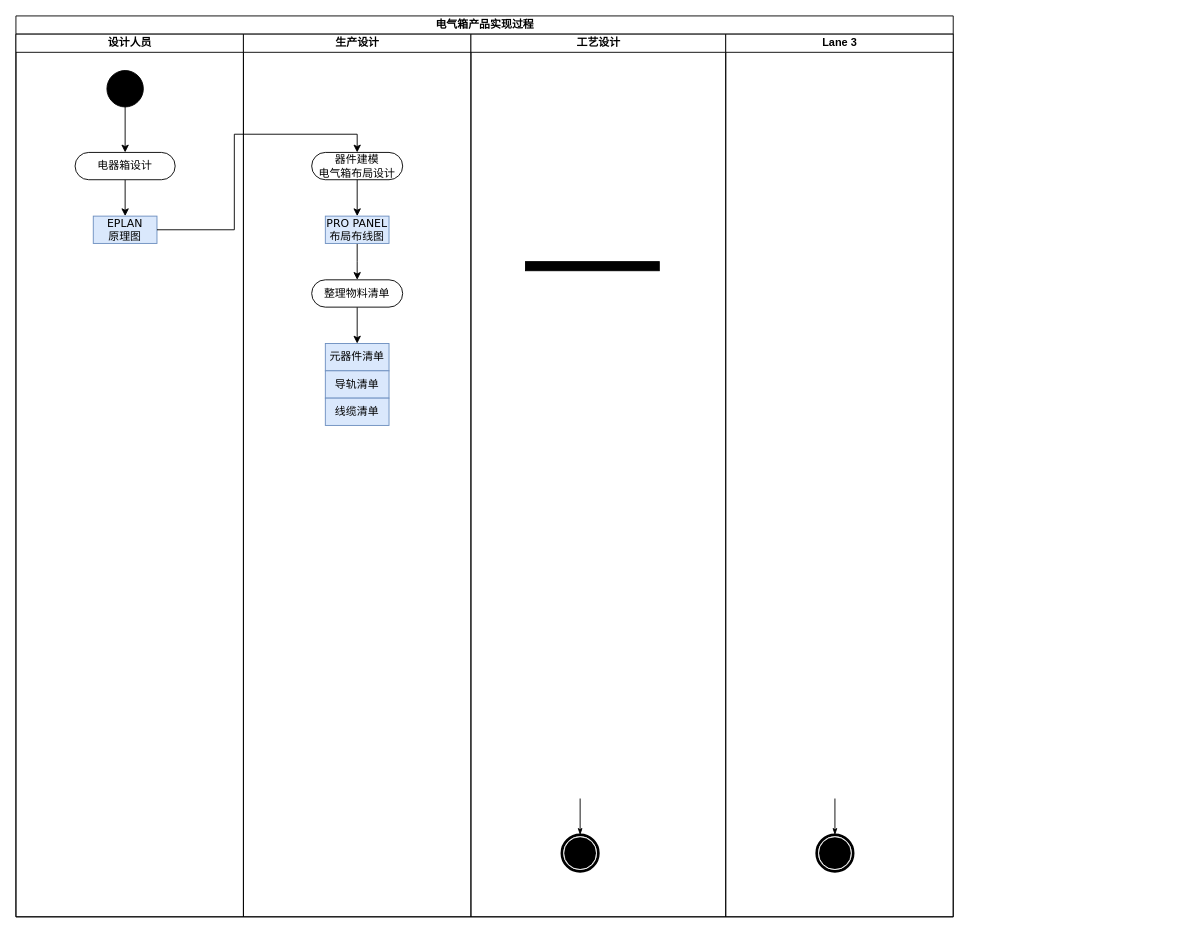
csroderek/drawio keeps this draw.io diagram as 未命名绘图.drawio. Above is the earlier version. Source tidied: cells renumbered, new cells numbered last; positions are measured from the earlier drawing's top-left corner, leaving out a move shared by most shapes. Both pictures are drawn from the tidied source at 91%, with x=0, y=0 at pixel (15, 15).
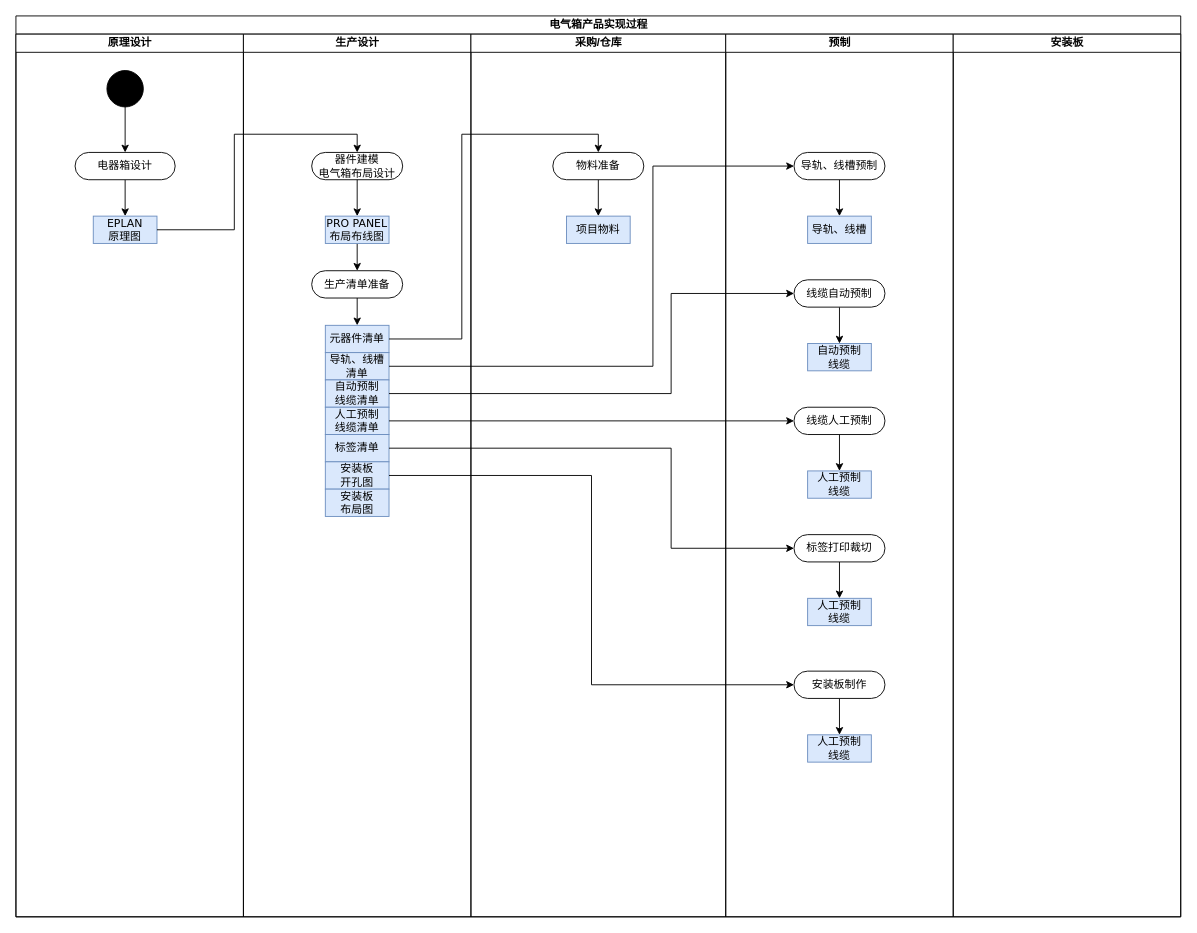
After the change.

Commit message:
更新未命名绘图.drawio

The change refers to these unchanged cells:
```xml
<mxCell id="9" value="生产设计" style="swimlane;html=1;startSize=20;" parent="2" vertex="1">
  <mxGeometry x="250" y="20" width="250" height="970" as="geometry" />
</mxCell>
<mxCell id="17" value="PRO PANEL&lt;br&gt;布局布线图" style="rounded=0;whiteSpace=wrap;html=1;shadow=0;comic=0;labelBackgroundColor=none;strokeWidth=1;fontFamily=Verdana;fontSize=12;align=center;arcSize=50;fillColor=#dae8fc;strokeColor=#6c8ebf;" parent="9" vertex="1">
  <mxGeometry x="90" y="200" width="70" height="30" as="geometry" />
</mxCell>
```

Diff of the diagram source:
```diff
@@
     <mxCell id="2" value="电气箱产品实现过程" style="swimlane;html=1;startSize=20;rounded=0;shadow=0;comic=0;labelBackgroundColor=none;strokeWidth=1;fontFamily=Verdana;fontSize=12;align=center;" parent="1" vertex="1">
-      <mxGeometry width="1030" height="990" as="geometry" />
+      <mxGeometry width="1280" height="990" as="geometry" />
     </mxCell>
-    <mxCell id="3" value="设计人员" style="swimlane;html=1;startSize=20;" parent="2" vertex="1">
+    <mxCell id="3" value="原理设计" style="swimlane;html=1;startSize=20;" parent="2" vertex="1">
       <mxGeometry y="20" width="250" height="970" as="geometry" />
     </mxCell>
@@
     <mxCell id="10" value="元器件清单" style="rounded=0;whiteSpace=wrap;html=1;shadow=0;comic=0;labelBackgroundColor=none;strokeWidth=1;fontFamily=Verdana;fontSize=12;align=center;arcSize=50;fillColor=#dae8fc;strokeColor=#6c8ebf;" parent="9" vertex="1">
-      <mxGeometry x="90" y="340" width="70" height="30" as="geometry" />
+      <mxGeometry x="90" y="320" width="70" height="30" as="geometry" />
     </mxCell>
-    <mxCell id="11" style="edgeStyle=orthogonalEdgeStyle;rounded=0;jettySize=auto;html=1;exitX=0.5;exitY=1;exitDx=0;exitDy=0;" parent="9" edge="1" source="12" target="10">
+    <mxCell id="11" style="edgeStyle=orthogonalEdgeStyle;rounded=0;jettySize=auto;html=1;exitX=0.5;exitY=1;exitDx=0;exitDy=0;entryX=0.5;entryY=0;entryDx=0;entryDy=0;" parent="9" edge="1" source="12" target="10">
       <mxGeometry relative="1" as="geometry" />
     </mxCell>
-    <mxCell id="12" value="整理物料清单" style="rounded=1;whiteSpace=wrap;html=1;shadow=0;comic=0;labelBackgroundColor=none;strokeWidth=1;fontFamily=Verdana;fontSize=12;align=center;arcSize=50;" parent="9" vertex="1">
-      <mxGeometry x="75" y="270" width="100" height="30" as="geometry" />
+    <mxCell id="12" value="生产清单准备" style="rounded=1;whiteSpace=wrap;html=1;shadow=0;comic=0;labelBackgroundColor=none;strokeWidth=1;fontFamily=Verdana;fontSize=12;align=center;arcSize=50;" parent="9" vertex="1">
+      <mxGeometry x="75" y="260" width="100" height="30" as="geometry" />
     </mxCell>
-    <mxCell id="13" value="导轨清单" style="rounded=0;whiteSpace=wrap;html=1;shadow=0;comic=0;labelBackgroundColor=none;strokeWidth=1;fontFamily=Verdana;fontSize=12;align=center;arcSize=50;fillColor=#dae8fc;strokeColor=#6c8ebf;" parent="9" vertex="1">
-      <mxGeometry x="90" y="370" width="70" height="30" as="geometry" />
+    <mxCell id="13" value="导轨、线槽清单" style="rounded=0;whiteSpace=wrap;html=1;shadow=0;comic=0;labelBackgroundColor=none;strokeWidth=1;fontFamily=Verdana;fontSize=12;align=center;arcSize=50;fillColor=#dae8fc;strokeColor=#6c8ebf;" parent="9" vertex="1">
+      <mxGeometry x="90" y="350" width="70" height="30" as="geometry" />
     </mxCell>
-    <mxCell id="14" value="线缆清单" style="rounded=0;whiteSpace=wrap;html=1;shadow=0;comic=0;labelBackgroundColor=none;strokeWidth=1;fontFamily=Verdana;fontSize=12;align=center;arcSize=50;fillColor=#dae8fc;strokeColor=#6c8ebf;" parent="9" vertex="1">
-      <mxGeometry x="90" y="400" width="70" height="30" as="geometry" />
+    <mxCell id="14" value="自动预制&lt;br&gt;线缆清单" style="rounded=0;whiteSpace=wrap;html=1;shadow=0;comic=0;labelBackgroundColor=none;strokeWidth=1;fontFamily=Verdana;fontSize=12;align=center;arcSize=50;fillColor=#dae8fc;strokeColor=#6c8ebf;" parent="9" vertex="1">
+      <mxGeometry x="90" y="380" width="70" height="30" as="geometry" />
     </mxCell>
@@
-    <mxCell id="16" style="edgeStyle=orthogonalEdgeStyle;rounded=0;jettySize=auto;html=1;exitX=0.5;exitY=1;exitDx=0;exitDy=0;entryX=0.5;entryY=0;entryDx=0;entryDy=0;" parent="9" edge="1" source="17">
-      <mxGeometry relative="1" as="geometry">
-        <mxPoint x="125" y="270" as="targetPoint" />
-      </mxGeometry>
-    </mxCell>
+    <mxCell id="27" style="edgeStyle=orthogonalEdgeStyle;rounded=0;jettySize=auto;html=1;exitX=0.5;exitY=1;exitDx=0;exitDy=0;entryX=0.5;entryY=0;entryDx=0;entryDy=0;" parent="9" edge="1" source="17">
+      <mxGeometry relative="1" as="geometry">
+        <mxPoint x="125" y="260" as="targetPoint" />
+      </mxGeometry>
+    </mxCell>
@@
+    <mxCell id="28" value="人工预制&lt;br style=&quot;border-color: var(--border-color);&quot;&gt;线缆清单" style="rounded=0;whiteSpace=wrap;html=1;shadow=0;comic=0;labelBackgroundColor=none;strokeWidth=1;fontFamily=Verdana;fontSize=12;align=center;arcSize=50;fillColor=#dae8fc;strokeColor=#6c8ebf;" parent="9" vertex="1">
+      <mxGeometry x="90" y="410" width="70" height="30" as="geometry" />
+    </mxCell>
+    <mxCell id="29" value="标签清单" style="rounded=0;whiteSpace=wrap;html=1;shadow=0;comic=0;labelBackgroundColor=none;strokeWidth=1;fontFamily=Verdana;fontSize=12;align=center;arcSize=50;fillColor=#dae8fc;strokeColor=#6c8ebf;" parent="9" vertex="1">
+      <mxGeometry x="90" y="440" width="70" height="30" as="geometry" />
+    </mxCell>
+    <mxCell id="30" value="安装板&lt;br&gt;开孔图" style="rounded=0;whiteSpace=wrap;html=1;shadow=0;comic=0;labelBackgroundColor=none;strokeWidth=1;fontFamily=Verdana;fontSize=12;align=center;arcSize=50;fillColor=#dae8fc;strokeColor=#6c8ebf;" parent="9" vertex="1">
+      <mxGeometry x="90" y="470" width="70" height="30" as="geometry" />
+    </mxCell>
+    <mxCell id="31" value="安装板&lt;br&gt;布局图" style="rounded=0;whiteSpace=wrap;html=1;shadow=0;comic=0;labelBackgroundColor=none;strokeWidth=1;fontFamily=Verdana;fontSize=12;align=center;arcSize=50;fillColor=#dae8fc;strokeColor=#6c8ebf;" parent="9" vertex="1">
+      <mxGeometry x="90" y="500" width="70" height="30" as="geometry" />
+    </mxCell>
-    <mxCell id="19" value="工艺设计" style="swimlane;html=1;startSize=20;" parent="2" vertex="1">
+    <mxCell id="19" value="采购/仓库" style="swimlane;html=1;startSize=20;" parent="2" vertex="1">
       <mxGeometry x="500" y="20" width="280" height="970" as="geometry" />
     </mxCell>
-    <mxCell id="20" style="edgeStyle=none;rounded=0;html=1;labelBackgroundColor=none;startArrow=none;startFill=0;startSize=5;endArrow=classicThin;endFill=1;endSize=5;jettySize=auto;strokeWidth=1;fontFamily=Verdana;fontSize=12;" parent="19" edge="1" target="21">
-      <mxGeometry relative="1" as="geometry">
-        <mxPoint x="120" y="840" as="sourcePoint" />
-      </mxGeometry>
-    </mxCell>
-    <mxCell id="21" style="shape=mxgraph.bpmn.shape;html=1;verticalLabelPosition=bottom;labelBackgroundColor=#ffffff;verticalAlign=top;perimeter=ellipsePerimeter;outline=end;symbol=terminate;rounded=0;shadow=0;comic=0;strokeWidth=1;fontFamily=Verdana;fontSize=12;align=center;" parent="19" vertex="1">
-      <mxGeometry x="100" y="880" width="40" height="40" as="geometry" />
-    </mxCell>
-    <mxCell id="22" style="whiteSpace=wrap;html=1;rounded=0;shadow=0;comic=0;labelBackgroundColor=none;strokeWidth=1;fillColor=#000000;fontFamily=Verdana;fontSize=12;align=center;rotation=0;" parent="19" vertex="1">
-      <mxGeometry x="60" y="250" width="147" height="10" as="geometry" />
-    </mxCell>
+    <mxCell id="32" style="edgeStyle=orthogonalEdgeStyle;rounded=0;jettySize=auto;html=1;exitX=0.5;exitY=1;exitDx=0;exitDy=0;entryX=0.5;entryY=0;entryDx=0;entryDy=0;" parent="19" edge="1" source="33" target="34">
+      <mxGeometry relative="1" as="geometry" />
+    </mxCell>
+    <mxCell id="33" value="物料准备" style="rounded=1;whiteSpace=wrap;html=1;shadow=0;comic=0;labelBackgroundColor=none;strokeWidth=1;fontFamily=Verdana;fontSize=12;align=center;arcSize=50;" parent="19" vertex="1">
+      <mxGeometry x="90" y="130" width="100" height="30" as="geometry" />
+    </mxCell>
+    <mxCell id="34" value="项目物料" style="rounded=0;whiteSpace=wrap;html=1;shadow=0;comic=0;labelBackgroundColor=none;strokeWidth=1;fontFamily=Verdana;fontSize=12;align=center;arcSize=50;fillColor=#dae8fc;strokeColor=#6c8ebf;" parent="19" vertex="1">
+      <mxGeometry x="105" y="200" width="70" height="30" as="geometry" />
+    </mxCell>
-    <mxCell id="23" value="Lane 3" style="swimlane;html=1;startSize=20;" parent="2" vertex="1">
+    <mxCell id="23" value="预制" style="swimlane;html=1;startSize=20;" parent="2" vertex="1">
       <mxGeometry x="780" y="20" width="250" height="970" as="geometry" />
     </mxCell>
-    <mxCell id="24" style="edgeStyle=none;rounded=0;html=1;labelBackgroundColor=none;startArrow=none;startFill=0;startSize=5;endArrow=classicThin;endFill=1;endSize=5;jettySize=auto;strokeWidth=1;fontFamily=Verdana;fontSize=12;" parent="23" edge="1" target="25">
-      <mxGeometry relative="1" as="geometry">
-        <mxPoint x="120" y="840" as="sourcePoint" />
-      </mxGeometry>
-    </mxCell>
-    <mxCell id="25" style="shape=mxgraph.bpmn.shape;html=1;verticalLabelPosition=bottom;labelBackgroundColor=#ffffff;verticalAlign=top;perimeter=ellipsePerimeter;outline=end;symbol=terminate;rounded=0;shadow=0;comic=0;strokeWidth=1;fontFamily=Verdana;fontSize=12;align=center;" parent="23" vertex="1">
-      <mxGeometry x="100" y="880" width="40" height="40" as="geometry" />
-    </mxCell>
+    <mxCell id="35" style="edgeStyle=orthogonalEdgeStyle;rounded=0;jettySize=auto;html=1;exitX=0.5;exitY=1;exitDx=0;exitDy=0;" parent="23" edge="1" source="36" target="37">
+      <mxGeometry relative="1" as="geometry" />
+    </mxCell>
+    <mxCell id="36" value="导轨、线槽预制" style="rounded=1;whiteSpace=wrap;html=1;shadow=0;comic=0;labelBackgroundColor=none;strokeWidth=1;fontFamily=Verdana;fontSize=12;align=center;arcSize=50;" parent="23" vertex="1">
+      <mxGeometry x="75" y="130" width="100" height="30" as="geometry" />
+    </mxCell>
+    <mxCell id="37" value="导轨、线槽" style="rounded=0;whiteSpace=wrap;html=1;shadow=0;comic=0;labelBackgroundColor=none;strokeWidth=1;fontFamily=Verdana;fontSize=12;align=center;arcSize=50;fillColor=#dae8fc;strokeColor=#6c8ebf;" parent="23" vertex="1">
+      <mxGeometry x="90" y="200" width="70" height="30" as="geometry" />
+    </mxCell>
+    <mxCell id="38" style="edgeStyle=orthogonalEdgeStyle;rounded=0;jettySize=auto;html=1;exitX=0.5;exitY=1;exitDx=0;exitDy=0;" parent="23" edge="1" source="39" target="40">
+      <mxGeometry relative="1" as="geometry" />
+    </mxCell>
+    <mxCell id="39" value="线缆自动预制" style="rounded=1;whiteSpace=wrap;html=1;shadow=0;comic=0;labelBackgroundColor=none;strokeWidth=1;fontFamily=Verdana;fontSize=12;align=center;arcSize=50;" parent="23" vertex="1">
+      <mxGeometry x="75" y="270" width="100" height="30" as="geometry" />
+    </mxCell>
+    <mxCell id="40" value="自动预制&lt;br&gt;线缆" style="rounded=0;whiteSpace=wrap;html=1;shadow=0;comic=0;labelBackgroundColor=none;strokeWidth=1;fontFamily=Verdana;fontSize=12;align=center;arcSize=50;fillColor=#dae8fc;strokeColor=#6c8ebf;" parent="23" vertex="1">
+      <mxGeometry x="90" y="340" width="70" height="30" as="geometry" />
+    </mxCell>
+    <mxCell id="41" style="edgeStyle=orthogonalEdgeStyle;rounded=0;jettySize=auto;html=1;exitX=0.5;exitY=1;exitDx=0;exitDy=0;entryX=0.5;entryY=0;entryDx=0;entryDy=0;" parent="23" edge="1" source="42" target="43">
+      <mxGeometry relative="1" as="geometry" />
+    </mxCell>
+    <mxCell id="42" value="线缆人工预制" style="rounded=1;whiteSpace=wrap;html=1;shadow=0;comic=0;labelBackgroundColor=none;strokeWidth=1;fontFamily=Verdana;fontSize=12;align=center;arcSize=50;" parent="23" vertex="1">
+      <mxGeometry x="75" y="410" width="100" height="30" as="geometry" />
+    </mxCell>
+    <mxCell id="43" value="人工预制&lt;br&gt;线缆" style="rounded=0;whiteSpace=wrap;html=1;shadow=0;comic=0;labelBackgroundColor=none;strokeWidth=1;fontFamily=Verdana;fontSize=12;align=center;arcSize=50;fillColor=#dae8fc;strokeColor=#6c8ebf;" parent="23" vertex="1">
+      <mxGeometry x="90" y="480" width="70" height="30" as="geometry" />
+    </mxCell>
+    <mxCell id="44" style="edgeStyle=orthogonalEdgeStyle;rounded=0;jettySize=auto;html=1;exitX=0.5;exitY=1;exitDx=0;exitDy=0;" parent="23" edge="1" source="45" target="46">
+      <mxGeometry relative="1" as="geometry" />
+    </mxCell>
+    <mxCell id="45" value="标签打印裁切" style="rounded=1;whiteSpace=wrap;html=1;shadow=0;comic=0;labelBackgroundColor=none;strokeWidth=1;fontFamily=Verdana;fontSize=12;align=center;arcSize=50;" parent="23" vertex="1">
+      <mxGeometry x="75" y="550" width="100" height="30" as="geometry" />
+    </mxCell>
+    <mxCell id="46" value="人工预制&lt;br&gt;线缆" style="rounded=0;whiteSpace=wrap;html=1;shadow=0;comic=0;labelBackgroundColor=none;strokeWidth=1;fontFamily=Verdana;fontSize=12;align=center;arcSize=50;fillColor=#dae8fc;strokeColor=#6c8ebf;" parent="23" vertex="1">
+      <mxGeometry x="90" y="620" width="70" height="30" as="geometry" />
+    </mxCell>
+    <mxCell id="47" style="edgeStyle=orthogonalEdgeStyle;rounded=0;jettySize=auto;html=1;exitX=0.5;exitY=1;exitDx=0;exitDy=0;" parent="23" edge="1" source="48" target="49">
+      <mxGeometry relative="1" as="geometry" />
+    </mxCell>
+    <mxCell id="48" value="安装板制作" style="rounded=1;whiteSpace=wrap;html=1;shadow=0;comic=0;labelBackgroundColor=none;strokeWidth=1;fontFamily=Verdana;fontSize=12;align=center;arcSize=50;" parent="23" vertex="1">
+      <mxGeometry x="75" y="700" width="100" height="30" as="geometry" />
+    </mxCell>
+    <mxCell id="49" value="人工预制&lt;br&gt;线缆" style="rounded=0;whiteSpace=wrap;html=1;shadow=0;comic=0;labelBackgroundColor=none;strokeWidth=1;fontFamily=Verdana;fontSize=12;align=center;arcSize=50;fillColor=#dae8fc;strokeColor=#6c8ebf;" parent="23" vertex="1">
+      <mxGeometry x="90" y="770" width="70" height="30" as="geometry" />
+    </mxCell>
+    <mxCell id="50" value="安装板" style="swimlane;html=1;startSize=20;" parent="2" vertex="1">
+      <mxGeometry x="1030" y="20" width="250" height="970" as="geometry" />
+    </mxCell>
@@
+    <mxCell id="51" style="edgeStyle=orthogonalEdgeStyle;rounded=0;jettySize=auto;html=1;exitX=1;exitY=0.5;exitDx=0;exitDy=0;entryX=0.5;entryY=0;entryDx=0;entryDy=0;" parent="2" edge="1" source="10" target="33">
+      <mxGeometry relative="1" as="geometry">
+        <Array as="points">
+          <mxPoint x="490" y="355" />
+          <mxPoint x="490" y="130" />
+          <mxPoint x="640" y="130" />
+        </Array>
+      </mxGeometry>
+    </mxCell>
+    <mxCell id="52" style="edgeStyle=orthogonalEdgeStyle;rounded=0;jettySize=auto;html=1;exitX=1;exitY=0.5;exitDx=0;exitDy=0;entryX=0;entryY=0.5;entryDx=0;entryDy=0;" parent="2" edge="1" source="13" target="36">
+      <mxGeometry relative="1" as="geometry">
+        <Array as="points">
+          <mxPoint x="700" y="385" />
+          <mxPoint x="700" y="165" />
+        </Array>
+      </mxGeometry>
+    </mxCell>
+    <mxCell id="53" style="edgeStyle=orthogonalEdgeStyle;rounded=0;jettySize=auto;html=1;exitX=1;exitY=0.5;exitDx=0;exitDy=0;entryX=0;entryY=0.5;entryDx=0;entryDy=0;" parent="2" edge="1" source="14" target="39">
+      <mxGeometry relative="1" as="geometry">
+        <Array as="points">
+          <mxPoint x="720" y="415" />
+          <mxPoint x="720" y="305" />
+        </Array>
+      </mxGeometry>
+    </mxCell>
+    <mxCell id="54" style="edgeStyle=orthogonalEdgeStyle;rounded=0;jettySize=auto;html=1;exitX=1;exitY=0.5;exitDx=0;exitDy=0;entryX=0;entryY=0.5;entryDx=0;entryDy=0;" parent="2" edge="1" source="28" target="42">
+      <mxGeometry relative="1" as="geometry" />
+    </mxCell>
+    <mxCell id="55" style="edgeStyle=orthogonalEdgeStyle;rounded=0;jettySize=auto;html=1;exitX=1;exitY=0.5;exitDx=0;exitDy=0;entryX=0;entryY=0.5;entryDx=0;entryDy=0;" parent="2" edge="1" source="29" target="45">
+      <mxGeometry relative="1" as="geometry">
+        <Array as="points">
+          <mxPoint x="720" y="475" />
+          <mxPoint x="720" y="585" />
+        </Array>
+      </mxGeometry>
+    </mxCell>
+    <mxCell id="56" style="edgeStyle=orthogonalEdgeStyle;rounded=0;jettySize=auto;html=1;exitX=1;exitY=0.5;exitDx=0;exitDy=0;entryX=0;entryY=0.5;entryDx=0;entryDy=0;" parent="2" edge="1" source="30" target="48">
+      <mxGeometry relative="1" as="geometry" />
+    </mxCell>
```
